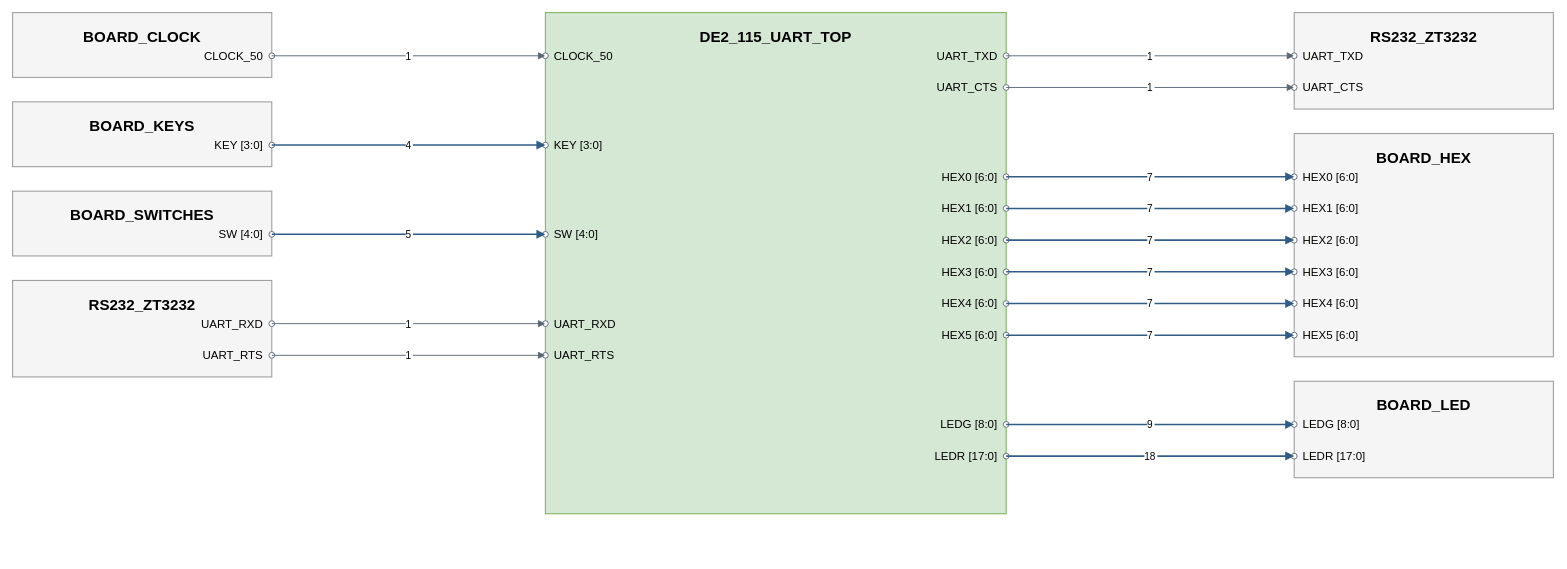
The draw.io diagram page "02 BOARD - TOP_INPUT_OUTPUT" (2 of 18) of Architecture_diagram/UART_APB_ARCHITECTURE.drawio in KaneThanh/APB_UART, before the edit. Source tidied: cells renumbered, new cells numbered last; positions are measured from the earlier drawing's top-left corner, leaving out a move shared by most shapes. Both pictures are drawn from the tidied source at 72%, with x=0, y=0 at pixel (12, 12).
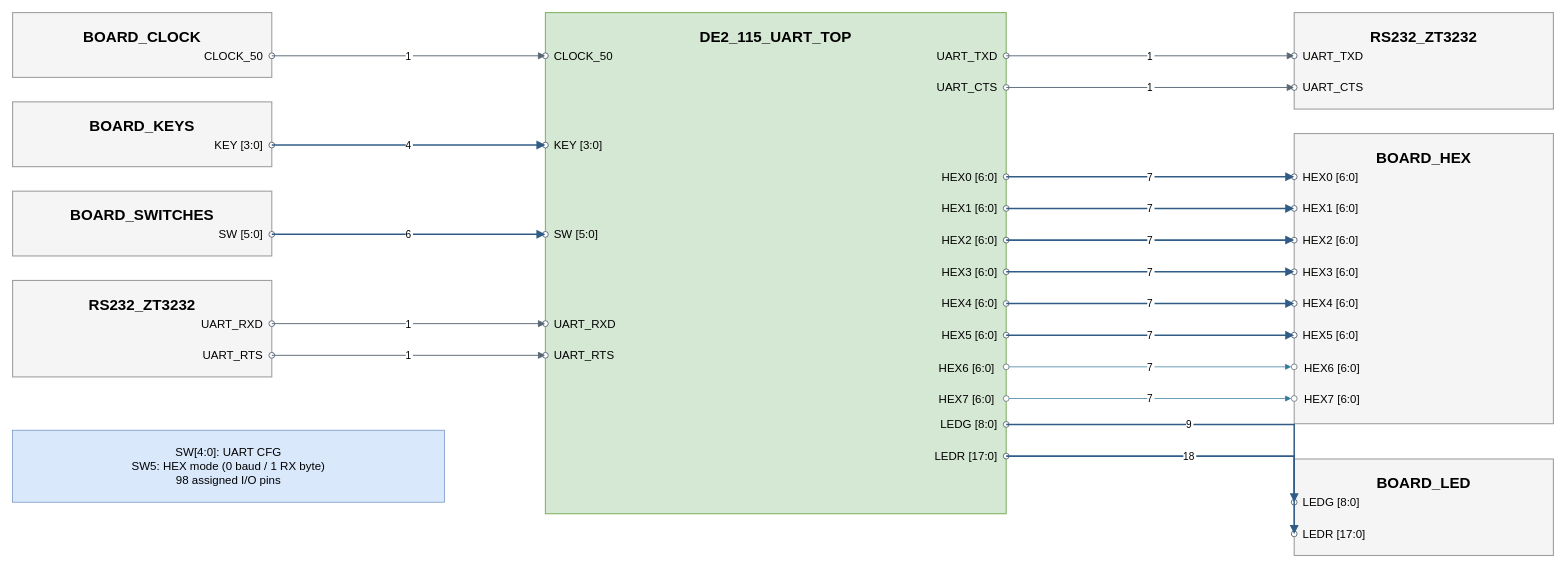
The same page after the edit.

Unchanged cells that the change refers to:
```xml
<mxCell id="2" value="DE2_115_UART_TOP" style="rounded=0;html=0;fillColor=#D5E8D4;strokeColor=#82B366;strokeWidth=1.5;align=center;verticalAlign=top;spacingTop=14;fontFamily=Arial;fontSize=21;fontStyle=1;" parent="1" vertex="1">
  <mxGeometry x="740" width="640" height="696" as="geometry" />
</mxCell>
<mxCell id="7" style="ellipse;perimeter=ellipsePerimeter;fillColor=#FFFFFF;strokeColor=#506174;strokeWidth=1.2;html=0;" parent="2" vertex="1">
  <mxGeometry x="-4" y="304" width="8" height="8" as="geometry" />
</mxCell>
<mxCell id="41" value="BOARD_SWITCHES" style="rounded=0;html=0;fillColor=#F5F5F5;strokeColor=#9E9E9E;strokeWidth=1.5;align=center;verticalAlign=top;spacingTop=14;fontFamily=Arial;fontSize=21;fontStyle=1;" parent="1" vertex="1">
  <mxGeometry y="248" width="360" height="90" as="geometry" />
</mxCell>
<mxCell id="42" style="ellipse;perimeter=ellipsePerimeter;fillColor=#FFFFFF;strokeColor=#506174;strokeWidth=1.2;html=0;" parent="41" vertex="1">
  <mxGeometry x="356" y="56" width="8" height="8" as="geometry" />
</mxCell>
```

What changed in the source:
```diff
@@
-    <mxCell id="8" value="SW [4:0]" style="text;html=0;strokeColor=none;fillColor=none;align=left;verticalAlign=middle;fontFamily=Arial;fontSize=16;spacing=0;whiteSpace=wrap;" parent="2" vertex="1">
+    <mxCell id="8" value="SW [5:0]" style="text;html=0;strokeColor=none;fillColor=none;align=left;verticalAlign=middle;fontFamily=Arial;fontSize=16;spacing=0;whiteSpace=wrap;" parent="2" vertex="1">
       <mxGeometry x="12" y="295" width="306" height="26" as="geometry" />
     </mxCell>
@@
-    <mxCell id="43" value="SW [4:0]" style="text;html=0;strokeColor=none;fillColor=none;align=right;verticalAlign=middle;fontFamily=Arial;fontSize=16;spacing=0;whiteSpace=wrap;" parent="41" vertex="1">
+    <mxCell id="43" value="SW [5:0]" style="text;html=0;strokeColor=none;fillColor=none;align=right;verticalAlign=middle;fontFamily=Arial;fontSize=16;spacing=0;whiteSpace=wrap;" parent="41" vertex="1">
       <mxGeometry x="16" y="47" width="332" height="26" as="geometry" />
     </mxCell>
-    <mxCell id="44" value="5" style="edgeStyle=orthogonalEdgeStyle;rounded=0;jettySize=20;html=0;strokeColor=#315C86;strokeWidth=2.1;endArrow=block;endFill=1;endSize=7;fontFamily=Arial;fontSize=14;labelBackgroundColor=#FFFFFF;exitX=0.5;exitY=0.5;exitPerimeter=0;entryX=0.5;entryY=0.5;entryPerimeter=0;" parent="1" edge="1" source="42" target="7">
+    <mxCell id="44" value="6" style="edgeStyle=orthogonalEdgeStyle;rounded=0;jettySize=20;html=0;strokeColor=#315C86;strokeWidth=2.1;endArrow=block;endFill=1;endSize=7;fontFamily=Arial;fontSize=14;labelBackgroundColor=#FFFFFF;exitX=0.5;exitY=0.5;exitPerimeter=0;entryX=0.5;entryY=0.5;entryPerimeter=0;" parent="1" edge="1" source="42" target="7">
       <mxGeometry relative="1" as="geometry" />
     </mxCell>
@@
     <mxCell id="59" value="BOARD_HEX" style="rounded=0;html=0;fillColor=#F5F5F5;strokeColor=#9E9E9E;strokeWidth=1.5;align=center;verticalAlign=top;spacingTop=14;fontFamily=Arial;fontSize=21;fontStyle=1;" parent="1" vertex="1">
-      <mxGeometry x="1780" y="168" width="360" height="310" as="geometry" />
+      <mxGeometry x="1780" y="168" width="360" height="403" as="geometry" />
     </mxCell>
@@
     <mxCell id="78" value="BOARD_LED" style="rounded=0;html=0;fillColor=#F5F5F5;strokeColor=#9E9E9E;strokeWidth=1.5;align=center;verticalAlign=top;spacingTop=14;fontFamily=Arial;fontSize=21;fontStyle=1;" parent="1" vertex="1">
-      <mxGeometry x="1780" y="512" width="360" height="134" as="geometry" />
+      <mxGeometry x="1780" y="620" width="360" height="134" as="geometry" />
     </mxCell>
@@
+    <mxCell id="85" style="ellipse;fillColor=#ffffff;strokeColor=#506174;" parent="2" vertex="1">
+      <mxGeometry x="636" y="488" width="8" height="8" as="geometry" />
+    </mxCell>
+    <mxCell id="86" value="HEX6 [6:0]" style="text;html=0;align=right;verticalAlign=middle;fontSize=16;fontFamily=Arial;" parent="2" vertex="1">
+      <mxGeometry x="320" y="479" width="306" height="26" as="geometry" />
+    </mxCell>
+    <mxCell id="87" style="ellipse;fillColor=#ffffff;strokeColor=#506174;" parent="59" vertex="1">
+      <mxGeometry x="-4" y="320" width="8" height="8" as="geometry" />
+    </mxCell>
+    <mxCell id="88" value="HEX6 [6:0]" style="text;html=0;align=left;verticalAlign=middle;fontSize=16;fontFamily=Arial;" parent="59" vertex="1">
+      <mxGeometry x="12" y="311" width="166" height="26" as="geometry" />
+    </mxCell>
+    <mxCell id="89" value="7" style="edgeStyle=orthogonalEdgeStyle;rounded=0;html=0;endArrow=block;strokeColor=#337799;fontSize=14;labelBackgroundColor=#ffffff;" parent="1" edge="1" source="85" target="87">
+      <mxGeometry relative="1" as="geometry" />
+    </mxCell>
+    <mxCell id="90" style="ellipse;fillColor=#ffffff;strokeColor=#506174;" parent="2" vertex="1">
+      <mxGeometry x="636" y="532" width="8" height="8" as="geometry" />
+    </mxCell>
+    <mxCell id="91" value="HEX7 [6:0]" style="text;html=0;align=right;verticalAlign=middle;fontSize=16;fontFamily=Arial;" parent="2" vertex="1">
+      <mxGeometry x="320" y="523" width="306" height="26" as="geometry" />
+    </mxCell>
+    <mxCell id="92" style="ellipse;fillColor=#ffffff;strokeColor=#506174;" parent="59" vertex="1">
+      <mxGeometry x="-4" y="364" width="8" height="8" as="geometry" />
+    </mxCell>
+    <mxCell id="93" value="HEX7 [6:0]" style="text;html=0;align=left;verticalAlign=middle;fontSize=16;fontFamily=Arial;" parent="59" vertex="1">
+      <mxGeometry x="12" y="355" width="166" height="26" as="geometry" />
+    </mxCell>
+    <mxCell id="94" value="7" style="edgeStyle=orthogonalEdgeStyle;rounded=0;html=0;endArrow=block;strokeColor=#337799;fontSize=14;labelBackgroundColor=#ffffff;" parent="1" edge="1" source="90" target="92">
+      <mxGeometry relative="1" as="geometry" />
+    </mxCell>
+    <mxCell id="95" value="SW[4:0]: UART CFG&#10;SW5: HEX mode (0 baud / 1 RX byte)&#10;98 assigned I/O pins" style="rounded=0;whiteSpace=wrap;html=0;align=center;verticalAlign=middle;fontFamily=Arial;fontSize=16;fillColor=#DAE8FC;strokeColor=#6C8EBF;" parent="1" vertex="1">
+      <mxGeometry y="580" width="600" height="100" as="geometry" />
+    </mxCell>
```
